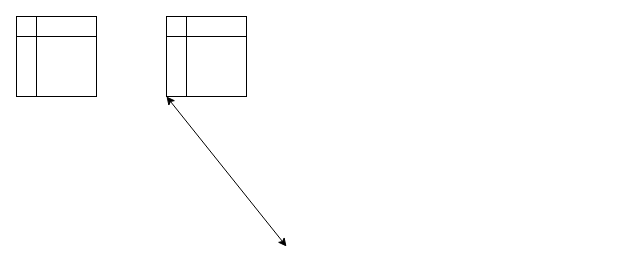
Above: Diagrama sin título.drawio in IvanParedesR/Tarea4APDE (draw.io), before the change. Source tidied: cells renumbered, new cells numbered last; positions are measured from the earlier drawing's top-left corner, leaving out a move shared by most shapes. Both pictures are drawn from the tidied source at 100%, with x=0, y=0 at pixel (16, 16).
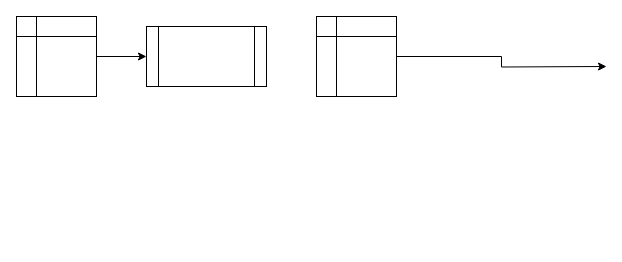
The same page after the edit.

What changed in the source:
```diff
@@
 <mxGraphModel>
   <root>
     <mxCell id="0" />
     <mxCell id="1" parent="0" />
+    <mxCell id="5" style="edgeStyle=orthogonalEdgeStyle;rounded=0;jettySize=auto;html=1;" parent="1" edge="1" source="2">
+      <mxGeometry relative="1" as="geometry">
+        <mxPoint x="590" y="50" as="targetPoint" />
+      </mxGeometry>
+    </mxCell>
     <mxCell id="2" style="shape=internalStorage;whiteSpace=wrap;html=1;backgroundOutline=1;" parent="1" vertex="1">
-      <mxGeometry x="150" width="80" height="80" as="geometry" />
+      <mxGeometry x="300" width="80" height="80" as="geometry" />
     </mxCell>
     <mxCell id="3" style="shape=internalStorage;whiteSpace=wrap;html=1;backgroundOutline=1;" parent="1" vertex="1">
       <mxGeometry width="80" height="80" as="geometry" />
     </mxCell>
-    <mxCell id="4" style="endArrow=classic;startArrow=classic;html=1;rounded=0;entryX=0;entryY=1;entryDx=0;entryDy=0;" parent="1" edge="1" target="2">
-      <mxGeometry relative="1" as="geometry">
-        <mxPoint x="270" y="230" as="sourcePoint" />
-      </mxGeometry>
-    </mxCell>
+    <mxCell id="6" style="endArrow=classic;html=1;rounded=0;entryX=0;entryY=0.5;entryDx=0;entryDy=0;" parent="1" edge="1" source="3" target="7">
+      <mxGeometry relative="1" as="geometry" />
+    </mxCell>
+    <mxCell id="7" style="shape=process;whiteSpace=wrap;html=1;backgroundOutline=1;" parent="1" vertex="1">
+      <mxGeometry x="130" y="10" width="120" height="60" as="geometry" />
+    </mxCell>
   </root>
 </mxGraphModel>
```
